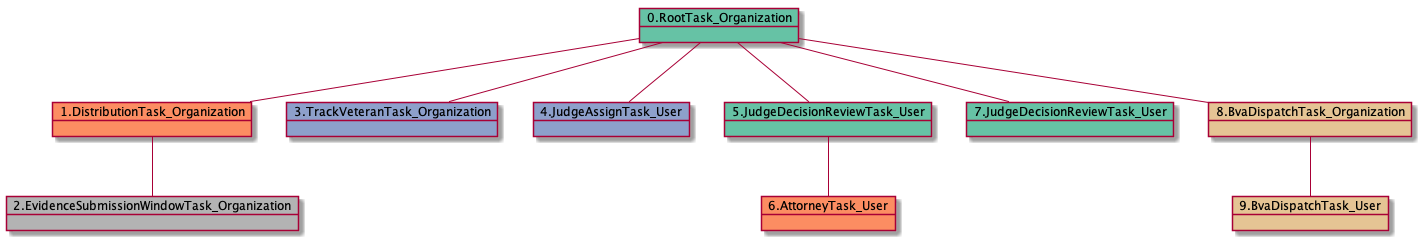
Earlier version of the PlantUML export docs-ES/uml/RTO.DTO.ESWTO.TVTO.JATU.ATU-15152.png (yoomlam/graphing). Source of this version:
```plantuml
@startuml
object 0.RootTask_Organization #66c2a5
object 1.DistributionTask_Organization #fc8d62
object 2.EvidenceSubmissionWindowTask_Organization #b3b3b3
object 3.TrackVeteranTask_Organization #8da0cb
object 4.JudgeAssignTask_User #8da0cb
object 5.JudgeDecisionReviewTask_User #66c2a5
object 6.AttorneyTask_User #fc8d62
object 7.JudgeDecisionReviewTask_User #66c2a5
object 8.BvaDispatchTask_Organization #e5c494
object 9.BvaDispatchTask_User #e5c494
0.RootTask_Organization -- 1.DistributionTask_Organization
1.DistributionTask_Organization -- 2.EvidenceSubmissionWindowTask_Organization
0.RootTask_Organization -- 3.TrackVeteranTask_Organization
0.RootTask_Organization -- 4.JudgeAssignTask_User
0.RootTask_Organization -- 5.JudgeDecisionReviewTask_User
5.JudgeDecisionReviewTask_User -- 6.AttorneyTask_User
0.RootTask_Organization -- 7.JudgeDecisionReviewTask_User
0.RootTask_Organization -- 8.BvaDispatchTask_Organization
8.BvaDispatchTask_Organization -- 9.BvaDispatchTask_User
@enduml
```
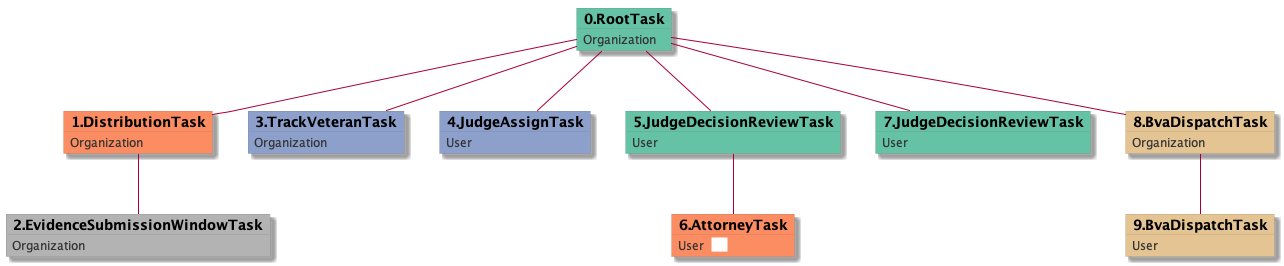
The same diagram one commit later.

What changed in the source:
```diff
@@ -1,21 +1,49 @@
 @startuml
-object 0.RootTask_Organization #66c2a5
-object 1.DistributionTask_Organization #fc8d62
-object 2.EvidenceSubmissionWindowTask_Organization #b3b3b3
-object 3.TrackVeteranTask_Organization #8da0cb
-object 4.JudgeAssignTask_User #8da0cb
-object 5.JudgeDecisionReviewTask_User #66c2a5
-object 6.AttorneyTask_User #fc8d62
-object 7.JudgeDecisionReviewTask_User #66c2a5
-object 8.BvaDispatchTask_Organization #e5c494
-object 9.BvaDispatchTask_User #e5c494
-0.RootTask_Organization -- 1.DistributionTask_Organization
-1.DistributionTask_Organization -- 2.EvidenceSubmissionWindowTask_Organization
-0.RootTask_Organization -- 3.TrackVeteranTask_Organization
-0.RootTask_Organization -- 4.JudgeAssignTask_User
-0.RootTask_Organization -- 5.JudgeDecisionReviewTask_User
-5.JudgeDecisionReviewTask_User -- 6.AttorneyTask_User
-0.RootTask_Organization -- 7.JudgeDecisionReviewTask_User
-0.RootTask_Organization -- 8.BvaDispatchTask_Organization
-8.BvaDispatchTask_Organization -- 9.BvaDispatchTask_User
+skinparam {
+  ObjectBorderColor #555
+  ObjectBorderThickness 0
+  ObjectFontStyle bold
+  ObjectFontSize 14
+  ObjectAttributeFontColor #333
+  ObjectAttributeFontSize 12
+}
+  object 0.RootTask #66c2a5 {
+Organization
+}
+  object 1.DistributionTask #fc8d62 {
+Organization
+}
+  object 2.EvidenceSubmissionWindowTask #b3b3b3 {
+Organization
+}
+  object 3.TrackVeteranTask #8da0cb {
+Organization
+}
+  object 4.JudgeAssignTask #8da0cb {
+User
+}
+  object 5.JudgeDecisionReviewTask #66c2a5 {
+User
+}
+  object 6.AttorneyTask #fc8d62 {
+User  <back:white>    </back>
+}
+  object 7.JudgeDecisionReviewTask #66c2a5 {
+User
+}
+  object 8.BvaDispatchTask #e5c494 {
+Organization
+}
+  object 9.BvaDispatchTask #e5c494 {
+User
+}
+0.RootTask -- 1.DistributionTask
+1.DistributionTask -- 2.EvidenceSubmissionWindowTask
+0.RootTask -- 3.TrackVeteranTask
+0.RootTask -- 4.JudgeAssignTask
+0.RootTask -- 5.JudgeDecisionReviewTask
+5.JudgeDecisionReviewTask -- 6.AttorneyTask
+0.RootTask -- 7.JudgeDecisionReviewTask
+0.RootTask -- 8.BvaDispatchTask
+8.BvaDispatchTask -- 9.BvaDispatchTask
 @enduml
```
